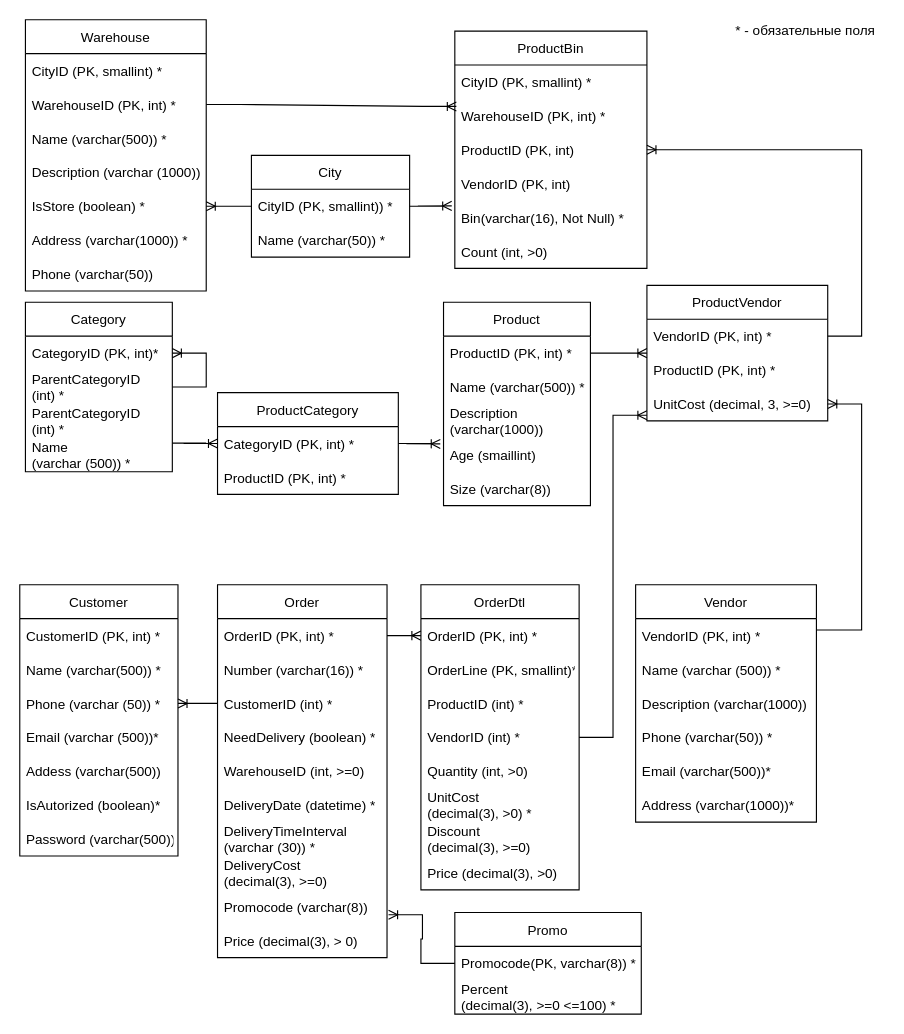
The draw.io diagram page "Database Diagram" (1 of 5) of DBCourse_Diagram.drawio in iyudintseva/DBCourse05_2022, before the edit. Source tidied: cells renumbered, new cells numbered last; positions are measured from the earlier drawing's top-left corner, leaving out a move shared by most shapes. Both pictures are drawn from the tidied source at 113%, with x=0, y=0 at pixel (19, 19).
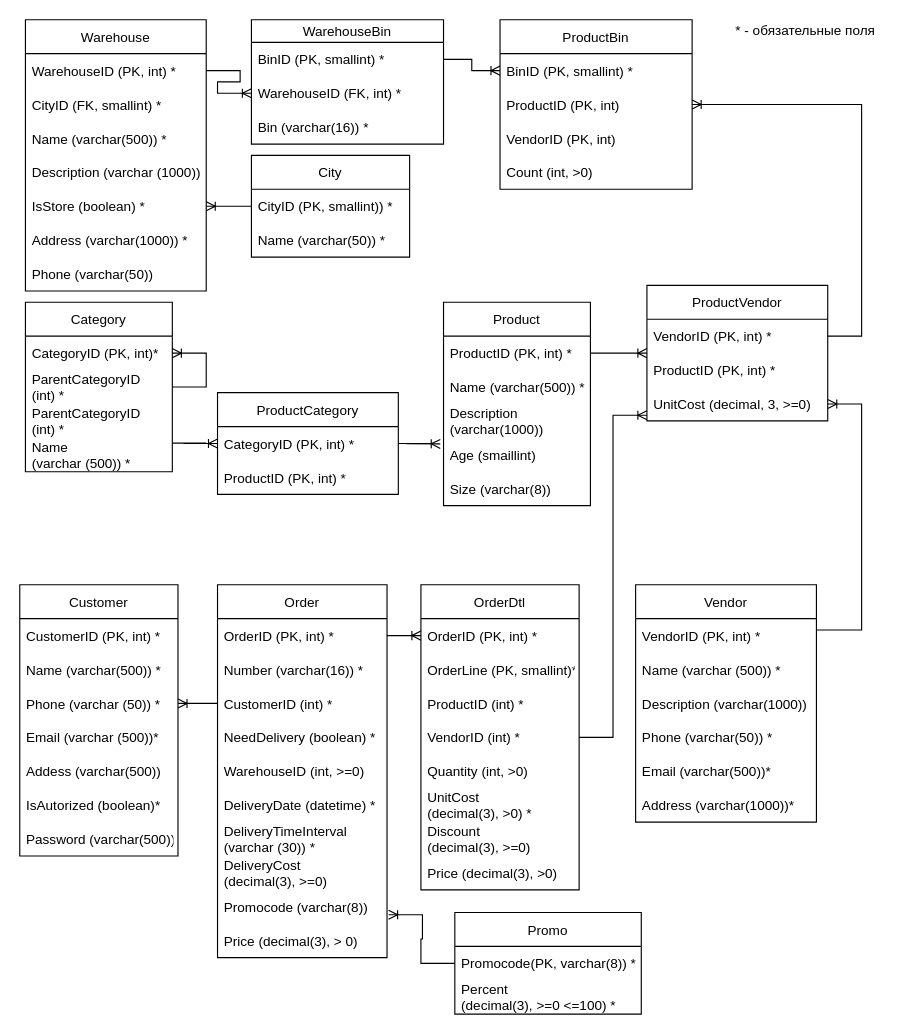
After the change.

Unchanged cells that the change refers to:
```xml
<mxCell id="23" value="Warehouse" style="swimlane;fontStyle=0;horizontal=1;startSize=30;" parent="1" vertex="1">
  <mxGeometry x="5" width="160" height="240" as="geometry" />
</mxCell>
<mxCell id="72" value="CityID (PK, smallint)) *" style="text;strokeColor=none;fillColor=none;align=left;verticalAlign=middle;spacingLeft=4;spacingRight=4;overflow=hidden;points=[[0,0.5],[1,0.5]];portConstraint=eastwest;" parent="71" vertex="1">
  <mxGeometry y="30" width="140" height="30" as="geometry" />
</mxCell>
```

The edit, as a diff of the source:
```diff
@@
+    <mxCell id="25" value="WarehouseID (PK, int) *" style="text;strokeColor=none;fillColor=none;align=left;verticalAlign=middle;spacingLeft=4;spacingRight=4;overflow=hidden;points=[[0,0.5],[1,0.5]];portConstraint=eastwest;" parent="23" vertex="1">
+      <mxGeometry y="30" width="160" height="30" as="geometry" />
+    </mxCell>
-    <mxCell id="24" value="CityID (PK, smallint) *" style="text;strokeColor=none;fillColor=none;align=left;verticalAlign=middle;spacingLeft=4;spacingRight=4;overflow=hidden;" parent="23" vertex="1">
-      <mxGeometry y="30" width="160" height="30" as="geometry" />
+    <mxCell id="24" value="CityID (FK, smallint) *" style="text;strokeColor=none;fillColor=none;align=left;verticalAlign=middle;spacingLeft=4;spacingRight=4;overflow=hidden;" parent="23" vertex="1">
+      <mxGeometry y="60" width="160" height="30" as="geometry" />
     </mxCell>
-    <mxCell id="25" value="WarehouseID (PK, int) *" style="text;strokeColor=none;fillColor=none;align=left;verticalAlign=middle;spacingLeft=4;spacingRight=4;overflow=hidden;points=[[0,0.5],[1,0.5]];portConstraint=eastwest;" parent="23" vertex="1">
-      <mxGeometry y="60" width="160" height="30" as="geometry" />
-    </mxCell>
@@
     <mxCell id="31" value="ProductBin" style="swimlane;fontStyle=0;horizontal=1;startSize=30;" parent="1" vertex="1">
-      <mxGeometry x="385" y="10" width="170" height="210" as="geometry" />
+      <mxGeometry x="425" width="170" height="150" as="geometry" />
     </mxCell>
-    <mxCell id="32" value="CityID (PK, smallint) *" style="text;strokeColor=none;fillColor=none;align=left;verticalAlign=middle;spacingLeft=4;spacingRight=4;overflow=hidden;points=[[0,0.5],[1,0.5]];portConstraint=eastwest;" parent="31" vertex="1">
+    <mxCell id="32" value="BinID (PK, smallint) *" style="text;strokeColor=none;fillColor=none;align=left;verticalAlign=middle;spacingLeft=4;spacingRight=4;overflow=hidden;points=[[0,0.5],[1,0.5]];portConstraint=eastwest;" parent="31" vertex="1">
       <mxGeometry y="30" width="170" height="30" as="geometry" />
     </mxCell>
-    <mxCell id="33" value="WarehouseID (PK, int) *" style="text;strokeColor=none;fillColor=none;align=left;verticalAlign=middle;spacingLeft=4;spacingRight=4;overflow=hidden;points=[[0,0.5],[1,0.5]];portConstraint=eastwest;" parent="31" vertex="1">
-      <mxGeometry y="60" width="170" height="30" as="geometry" />
-    </mxCell>
     <mxCell id="34" value="ProductID (PK, int)" style="text;strokeColor=none;fillColor=none;align=left;verticalAlign=middle;spacingLeft=4;spacingRight=4;overflow=hidden;points=[[0,0.5],[1,0.5]];portConstraint=eastwest;" parent="31" vertex="1">
-      <mxGeometry y="90" width="170" height="30" as="geometry" />
+      <mxGeometry y="60" width="170" height="30" as="geometry" />
     </mxCell>
     <mxCell id="35" value="VendorID (PK, int)" style="text;strokeColor=none;fillColor=none;align=left;verticalAlign=middle;spacingLeft=4;spacingRight=4;overflow=hidden;" parent="31" vertex="1">
-      <mxGeometry y="120" width="170" height="30" as="geometry" />
+      <mxGeometry y="90" width="170" height="30" as="geometry" />
     </mxCell>
-    <mxCell id="36" value="Bin(varchar(16), Not Null) *" style="text;strokeColor=none;fillColor=none;align=left;verticalAlign=middle;spacingLeft=4;spacingRight=4;overflow=hidden;points=[[0,0.5],[1,0.5]];portConstraint=eastwest;" parent="31" vertex="1">
-      <mxGeometry y="150" width="170" height="30" as="geometry" />
-    </mxCell>
     <mxCell id="37" value="Count (int, &gt;0)" style="text;strokeColor=none;fillColor=none;align=left;verticalAlign=middle;spacingLeft=4;spacingRight=4;overflow=hidden;" parent="31" vertex="1">
-      <mxGeometry y="180" width="170" height="30" as="geometry" />
+      <mxGeometry y="120" width="170" height="30" as="geometry" />
     </mxCell>
@@
-    <mxCell id="83" style="edgeStyle=entityRelationEdgeStyle;fontSize=12;html=1;endArrow=ERoneToMany;rounded=0;exitX=1;exitY=0.5;exitDx=0;exitDy=0;entryX=-0.016;entryY=0.156;entryDx=0;entryDy=0;entryPerimeter=0;" parent="1" edge="1" source="72" target="36">
-      <mxGeometry relative="1" as="geometry" />
-    </mxCell>
-    <mxCell id="84" style="edgeStyle=entityRelationEdgeStyle;fontSize=12;html=1;endArrow=ERoneToMany;rounded=0;exitX=1;exitY=0.5;exitDx=0;exitDy=0;entryX=0.008;entryY=0.222;entryDx=0;entryDy=0;entryPerimeter=0;" parent="1" edge="1" source="25" target="33">
-      <mxGeometry relative="1" as="geometry" />
-    </mxCell>
@@
+    <mxCell id="90" value="WarehouseBin" style="swimlane;fontStyle=0;horizontal=1;startSize=20;" parent="1" vertex="1">
+      <mxGeometry x="205" width="170" height="110" as="geometry" />
+    </mxCell>
+    <mxCell id="91" value="BinID (PK, smallint) *" style="text;strokeColor=none;fillColor=none;align=left;verticalAlign=middle;spacingLeft=4;spacingRight=4;overflow=hidden;points=[[0,0.5],[1,0.5]];portConstraint=eastwest;" parent="90" vertex="1">
+      <mxGeometry y="20" width="170" height="30" as="geometry" />
+    </mxCell>
+    <mxCell id="92" value="WarehouseID (FK, int) *" style="text;strokeColor=none;fillColor=none;align=left;verticalAlign=middle;spacingLeft=4;spacingRight=4;overflow=hidden;points=[[0,0.5],[1,0.5]];portConstraint=eastwest;" parent="90" vertex="1">
+      <mxGeometry y="50" width="170" height="30" as="geometry" />
+    </mxCell>
+    <mxCell id="93" value="Bin (varchar(16)) *" style="text;strokeColor=none;fillColor=none;align=left;verticalAlign=middle;spacingLeft=4;spacingRight=4;overflow=hidden;" parent="90" vertex="1">
+      <mxGeometry y="80" width="170" height="30" as="geometry" />
+    </mxCell>
+    <mxCell id="94" style="edgeStyle=entityRelationEdgeStyle;fontSize=12;html=1;endArrow=ERoneToMany;exitX=1;exitY=0.5;exitDx=0;exitDy=0;entryX=0;entryY=0.5;entryDx=0;entryDy=0;rounded=0;" parent="1" edge="1" source="25" target="92">
+      <mxGeometry relative="1" as="geometry" />
+    </mxCell>
+    <mxCell id="95" style="edgeStyle=orthogonalEdgeStyle;jettySize=auto;html=1;entryX=0;entryY=0.5;entryDx=0;entryDy=0;rounded=0;endArrow=ERoneToMany;endFill=0;" parent="1" edge="1" source="91" target="32">
+      <mxGeometry relative="1" as="geometry" />
+    </mxCell>
```
